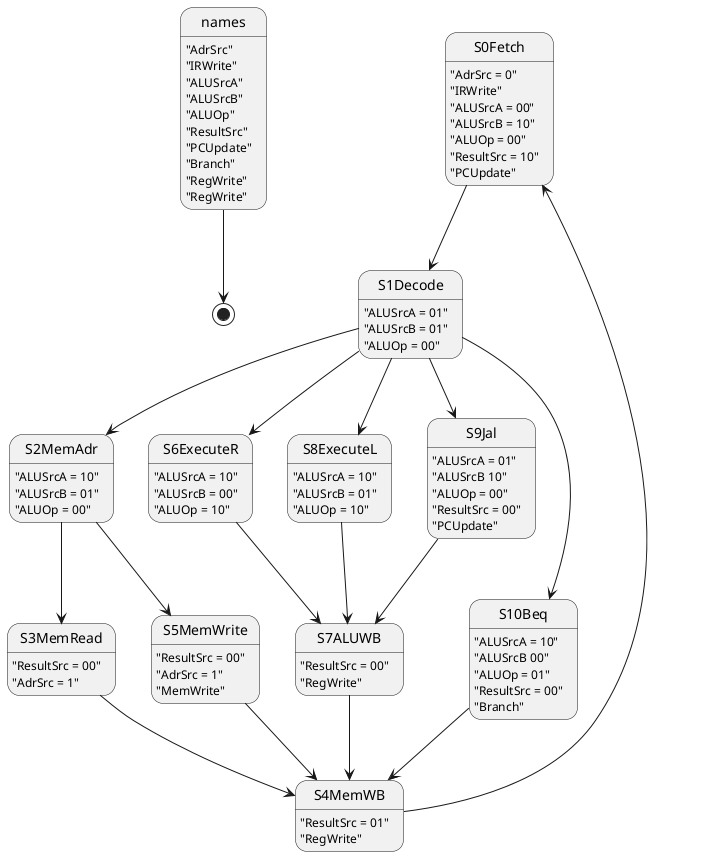
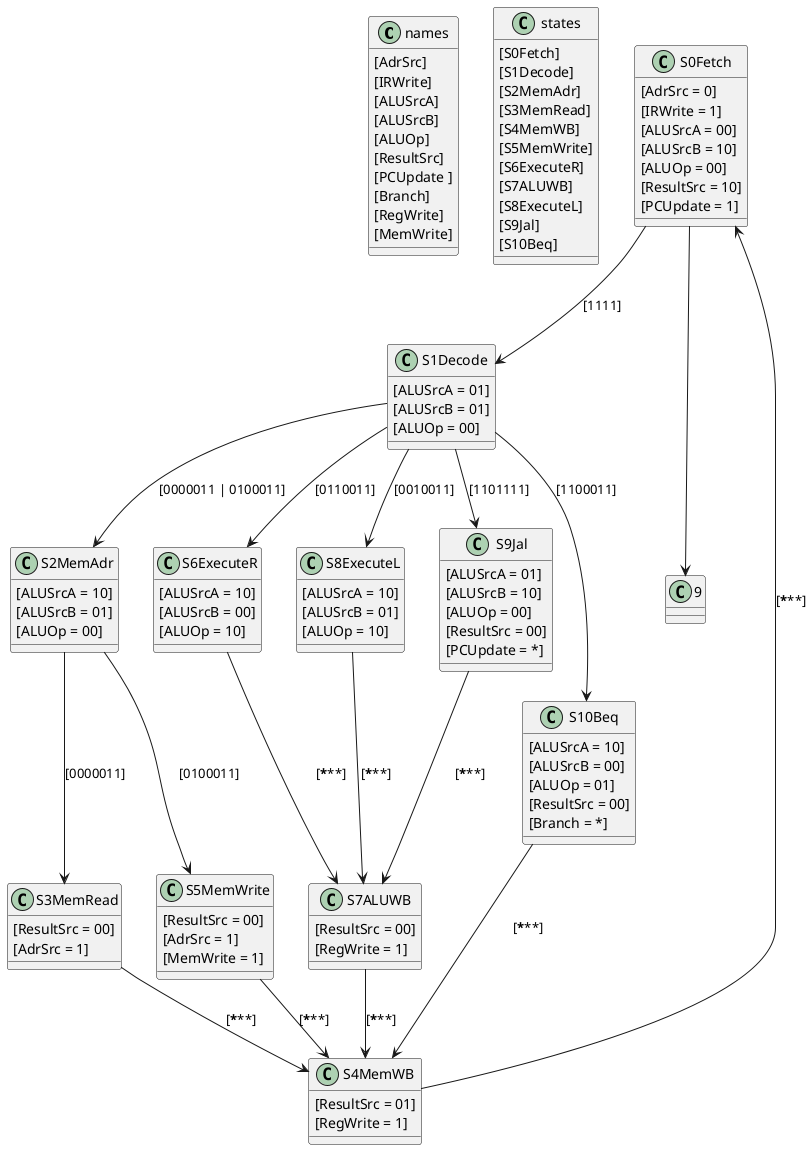
@startuml ttt

- names --> [*]
- names : "AdrSrc"
- names : "IRWrite"
- names : "ALUSrcA"
- names : "ALUSrcB"
- names : "ALUOp"
- names : "ResultSrc"
- names : "PCUpdate"
- names : "Branch"
- names : "RegWrite"
- names : "RegWrite"

- S0Fetch --> S1Decode
- S0Fetch : "AdrSrc = 0"
- S0Fetch : "IRWrite"
- S0Fetch : "ALUSrcA = 00"
- S0Fetch : "ALUSrcB = 10"
- S0Fetch : "ALUOp = 00"
- S0Fetch : "ResultSrc = 10"
- S0Fetch : "PCUpdate"
+ names : [AdrSrc]
+ names : [IRWrite]
+ names : [ALUSrcA]
+ names : [ALUSrcB]
+ names : [ALUOp]
+ names : [ResultSrc]
+ names : [PCUpdate ]
+ names : [Branch]
+ names : [RegWrite]
+ names : [MemWrite]

- S1Decode --> S2MemAdr
- S1Decode --> S6ExecuteR
- S1Decode --> S8ExecuteL
- S1Decode --> S9Jal
- S1Decode --> S10Beq
- S1Decode : "ALUSrcA = 01"
- S1Decode : "ALUSrcB = 01"
- S1Decode : "ALUOp = 00"
+ 
+ states : [S0Fetch]
+ states : [S1Decode]
+ states : [S2MemAdr]
+ states : [S3MemRead]
+ states : [S4MemWB]
+ states : [S5MemWrite]
+ states : [S6ExecuteR]
+ states : [S7ALUWB]
+ states : [S8ExecuteL]
+ states : [S9Jal]
+ states : [S10Beq]
+ 
+ S0Fetch --> S1Decode : [1111]
+ S0Fetch : [AdrSrc = 0]
+ S0Fetch : [IRWrite = 1]
+ S0Fetch : [ALUSrcA = 00]
+ S0Fetch : [ALUSrcB = 10]
+ S0Fetch : [ALUOp = 00]
+ S0Fetch : [ResultSrc = 10]
+ S0Fetch : [PCUpdate = 1]
+ S0Fetch ---> 9
+ 
+ S1Decode --> S2MemAdr : [0000011 | 0100011]
+ S1Decode --> S6ExecuteR : [0110011]
+ S1Decode --> S8ExecuteL : [0010011]
+ S1Decode --> S9Jal : [1101111]
+ S1Decode --> S10Beq : [1100011]
+ S1Decode : [ALUSrcA = 01]
+ S1Decode : [ALUSrcB = 01]
+ S1Decode : [ALUOp = 00]



- S2MemAdr --> S3MemRead
- S2MemAdr --> S5MemWrite
- S2MemAdr : "ALUSrcA = 10"
- S2MemAdr : "ALUSrcB = 01"
- S2MemAdr : "ALUOp = 00"
+ S2MemAdr --> S3MemRead : [0000011]
+ S2MemAdr --> S5MemWrite : [0100011]
+ S2MemAdr : [ALUSrcA = 10]
+ S2MemAdr : [ALUSrcB = 01]
+ S2MemAdr : [ALUOp = 00]



- S6ExecuteR --> S7ALUWB
- S6ExecuteR : "ALUSrcA = 10"
- S6ExecuteR : "ALUSrcB = 00"
- S6ExecuteR : "ALUOp = 10"
+ S6ExecuteR --> S7ALUWB : [*******]
+ S6ExecuteR : [ALUSrcA = 10]
+ S6ExecuteR : [ALUSrcB = 00]
+ S6ExecuteR : [ALUOp = 10]


- S8ExecuteL --> S7ALUWB
- S8ExecuteL : "ALUSrcA = 10"
- S8ExecuteL : "ALUSrcB = 01"
- S8ExecuteL : "ALUOp = 10"
+ S8ExecuteL --> S7ALUWB : [*******]
+ S8ExecuteL : [ALUSrcA = 10]
+ S8ExecuteL : [ALUSrcB = 01]
+ S8ExecuteL : [ALUOp = 10]

- S9Jal --> S7ALUWB
- S9Jal : "ALUSrcA = 01"
- S9Jal : "ALUSrcB 10"
- S9Jal : "ALUOp = 00"
- S9Jal : "ResultSrc = 00"
- S9Jal : "PCUpdate"
+ S9Jal --> S7ALUWB : [*******]
+ S9Jal : [ALUSrcA = 01]
+ S9Jal : [ALUSrcB = 10]
+ S9Jal : [ALUOp = 00]
+ S9Jal : [ResultSrc = 00]
+ S9Jal : [PCUpdate = *]


- S10Beq --> S4MemWB
- S10Beq : "ALUSrcA = 10"
- S10Beq : "ALUSrcB 00"
- S10Beq : "ALUOp = 01"
- S10Beq : "ResultSrc = 00"
- S10Beq : "Branch"
+ S10Beq --> S4MemWB : [*******]
+ S10Beq : [ALUSrcA = 10]
+ S10Beq : [ALUSrcB = 00]
+ S10Beq : [ALUOp = 01]
+ S10Beq : [ResultSrc = 00]
+ S10Beq : [Branch = *]

- S3MemRead --> S4MemWB
- S3MemRead : "ResultSrc = 00"
- S3MemRead : "AdrSrc = 1"
+ S3MemRead --> S4MemWB : [*******]
+ S3MemRead : [ResultSrc = 00]
+ S3MemRead : [AdrSrc = 1]


- S5MemWrite --> S4MemWB
- S5MemWrite : "ResultSrc = 00"
- S5MemWrite : "AdrSrc = 1"
- S5MemWrite : "MemWrite"
+ S5MemWrite --> S4MemWB : [*******]
+ S5MemWrite : [ResultSrc = 00]
+ S5MemWrite : [AdrSrc = 1]
+ S5MemWrite : [MemWrite = 1]

- S7ALUWB --> S4MemWB
- S7ALUWB : "ResultSrc = 00"
- S7ALUWB : "RegWrite"
+ S7ALUWB --> S4MemWB : [*******]
+ S7ALUWB : [ResultSrc = 00]
+ S7ALUWB : [RegWrite = 1]

- S4MemWB --> S0Fetch
- S4MemWB : "ResultSrc = 01"
- S4MemWB : "RegWrite"
- @enduml
+ S4MemWB --> S0Fetch : [*******]
+ S4MemWB : [ResultSrc = 01]
+ S4MemWB : [RegWrite = 1]
+ @enduml